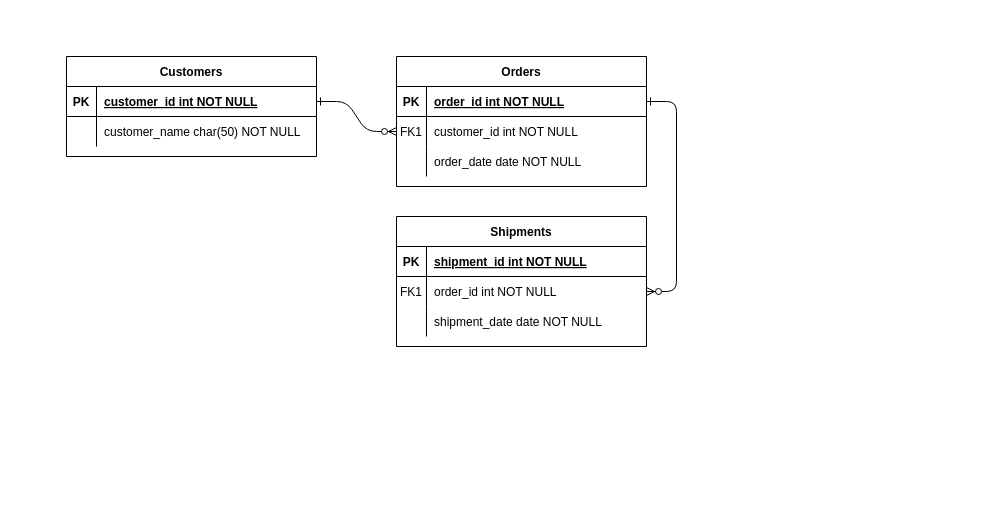
The draw.io diagram Untitled Diagram.drawio in Work-JustinClark/week13SpringAPI, before the edit. Source tidied: cells renumbered, new cells numbered last; positions are measured from the earlier drawing's top-left corner, leaving out a move shared by most shapes. Both pictures are drawn from the tidied source at 100%, with x=0, y=0 at pixel (66, 56).
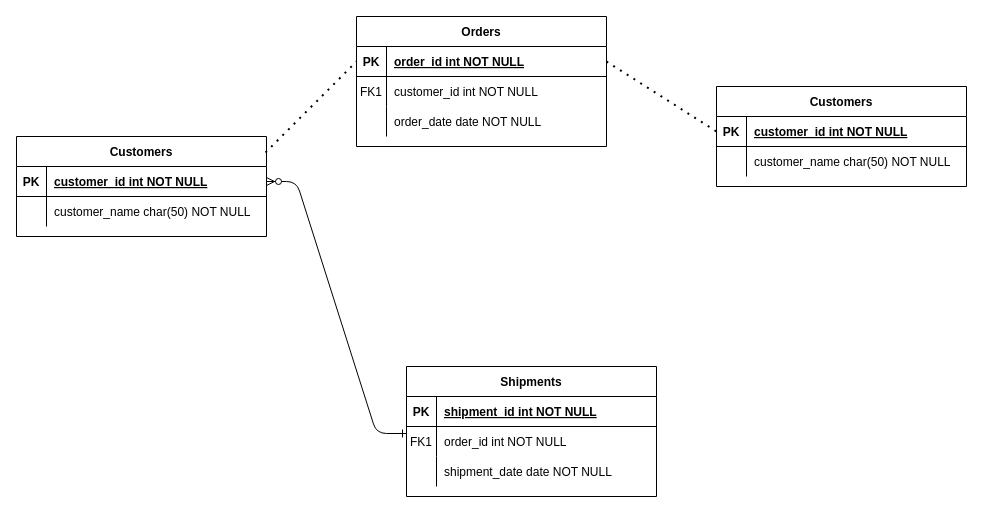
The same diagram, later.

The change refers to these unchanged cells:
```xml
<mxCell id="5" style="shape=partialRectangle;fillColor=none;points=[[0,0.5],[1,0.5]];portConstraint=eastwest;top=0;left=0;right=0;bottom=1;" parent="4" vertex="1">
  <mxGeometry y="30" width="250" height="30" as="geometry" />
</mxCell>
<mxCell id="8" style="shape=partialRectangle;fillColor=none;points=[[0,0.5],[1,0.5]];portConstraint=eastwest;top=0;left=0;right=0;bottom=0;" parent="4" vertex="1">
  <mxGeometry y="60" width="250" height="30" as="geometry" />
</mxCell>
<mxCell id="18" style="shape=partialRectangle;fillColor=none;points=[[0,0.5],[1,0.5]];portConstraint=eastwest;top=0;left=0;right=0;bottom=0;" parent="14" vertex="1">
  <mxGeometry y="60" width="250" height="30" as="geometry" />
</mxCell>
<mxCell id="25" style="shape=partialRectangle;fillColor=none;points=[[0,0.5],[1,0.5]];portConstraint=eastwest;top=0;left=0;right=0;bottom=1;" parent="24" vertex="1">
  <mxGeometry y="30" width="250" height="30" as="geometry" />
</mxCell>
```

What changed in the source:
```diff
@@
-    <mxCell id="2" style="edgeStyle=entityRelationEdgeStyle;endArrow=ERzeroToMany;startArrow=ERone;endFill=1;startFill=0;" parent="1" edge="1" source="25" target="8">
-      <mxGeometry relative="1" as="geometry" />
-    </mxCell>
-    <mxCell id="3" style="edgeStyle=entityRelationEdgeStyle;endArrow=ERzeroToMany;startArrow=ERone;endFill=1;startFill=0;" parent="1" edge="1" source="5" target="18">
+    <mxCell id="3" style="edgeStyle=entityRelationEdgeStyle;endArrow=ERzeroToMany;startArrow=ERone;endFill=1;startFill=0;entryX=1;entryY=0.5;entryDx=0;entryDy=0;exitX=0;exitY=0.233;exitDx=0;exitDy=0;exitPerimeter=0;" parent="1" edge="1" source="18" target="32">
       <mxGeometry relative="1" as="geometry" />
     </mxCell>
     <mxCell id="4" value="Orders" style="shape=table;startSize=30;childLayout=tableLayout;rowLines=0;fontStyle=1;align=center;" parent="1" vertex="1">
-      <mxGeometry x="330" width="250" height="130" as="geometry" />
+      <mxGeometry x="290" y="-40" width="250" height="130" as="geometry" />
     </mxCell>
@@
     <mxCell id="14" value="Shipments" style="shape=table;startSize=30;childLayout=tableLayout;rowLines=0;fontStyle=1;align=center;" parent="1" vertex="1">
-      <mxGeometry x="330" y="160" width="250" height="130" as="geometry" />
+      <mxGeometry x="340" y="310" width="250" height="130" as="geometry" />
     </mxCell>
@@
     <mxCell id="24" value="Customers" style="shape=table;startSize=30;childLayout=tableLayout;rowLines=0;fontStyle=1;align=center;" parent="1" vertex="1">
-      <mxGeometry width="250" height="100" as="geometry" />
+      <mxGeometry x="650" y="30" width="250" height="100" as="geometry" />
     </mxCell>
@@
+    <mxCell id="31" value="Customers" style="shape=table;startSize=30;childLayout=tableLayout;rowLines=0;fontStyle=1;align=center;" parent="1" vertex="1">
+      <mxGeometry x="-50" y="80" width="250" height="100" as="geometry" />
+    </mxCell>
+    <mxCell id="32" style="shape=partialRectangle;fillColor=none;points=[[0,0.5],[1,0.5]];portConstraint=eastwest;top=0;left=0;right=0;bottom=1;" parent="31" vertex="1">
+      <mxGeometry y="30" width="250" height="30" as="geometry" />
+    </mxCell>
+    <mxCell id="33" value="PK" style="shape=partialRectangle;overflow=hidden;fillColor=none;top=0;left=0;bottom=0;right=0;fontStyle=1;" parent="32" vertex="1">
+      <mxGeometry width="30" height="30" as="geometry" />
+    </mxCell>
+    <mxCell id="34" value="customer_id int NOT NULL " style="shape=partialRectangle;overflow=hidden;fillColor=none;top=0;left=0;bottom=0;right=0;align=left;spacingLeft=6;fontStyle=5;" parent="32" vertex="1">
+      <mxGeometry x="30" width="220" height="30" as="geometry" />
+    </mxCell>
+    <mxCell id="35" style="shape=partialRectangle;fillColor=none;top=0;left=0;right=0;bottom=0;" parent="31" vertex="1">
+      <mxGeometry y="60" width="250" height="30" as="geometry" />
+    </mxCell>
+    <mxCell id="36" style="shape=partialRectangle;overflow=hidden;fillColor=none;top=0;left=0;bottom=0;right=0;" parent="35" vertex="1">
+      <mxGeometry width="30" height="30" as="geometry" />
+    </mxCell>
+    <mxCell id="37" value="customer_name char(50) NOT NULL" style="shape=partialRectangle;overflow=hidden;fillColor=none;top=0;left=0;bottom=0;right=0;align=left;spacingLeft=6;" parent="35" vertex="1">
+      <mxGeometry x="30" width="220" height="30" as="geometry" />
+    </mxCell>
+    <mxCell id="38" style="endArrow=none;dashed=1;html=1;dashPattern=1 3;strokeWidth=2;rounded=0;entryX=0;entryY=0.5;entryDx=0;entryDy=0;exitX=0.996;exitY=0.16;exitDx=0;exitDy=0;exitPerimeter=0;" parent="1" edge="1" source="31" target="5">
+      <mxGeometry relative="1" as="geometry" />
+    </mxCell>
+    <mxCell id="39" style="endArrow=none;dashed=1;html=1;dashPattern=1 3;strokeWidth=2;rounded=0;entryX=0;entryY=0.5;entryDx=0;entryDy=0;exitX=1;exitY=0.5;exitDx=0;exitDy=0;" parent="1" edge="1" source="5" target="25">
+      <mxGeometry relative="1" as="geometry" />
+    </mxCell>
```
